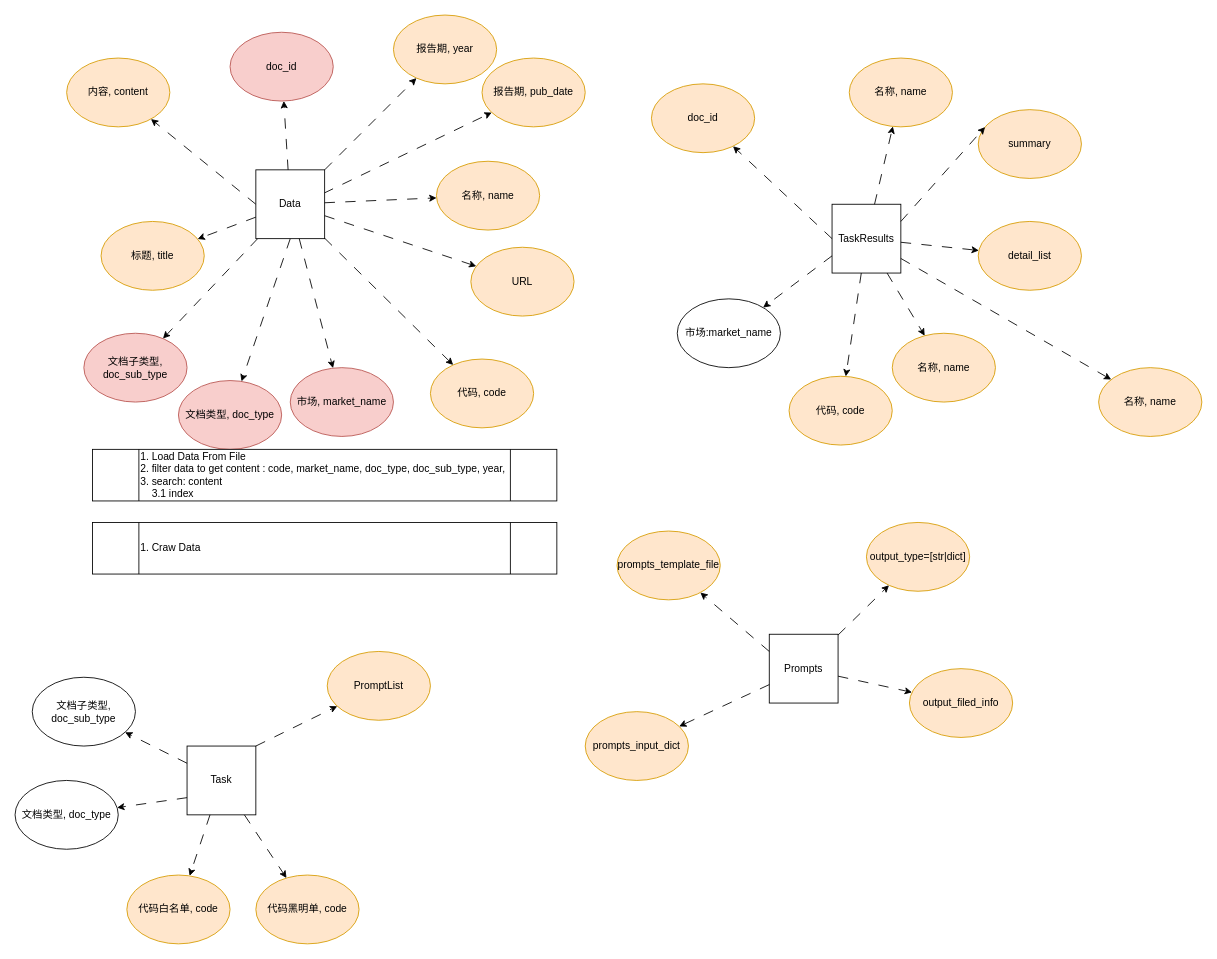
Above: page "entity" (2 of 5) of docs/alita_mini_demo.drawio in hellozhaojian/alita_demo (draw.io), before the change. Source tidied: cells renumbered, new cells numbered last; positions are measured from the earlier drawing's top-left corner, leaving out a move shared by most shapes. Both pictures are drawn from the tidied source at 86%, with x=0, y=0 at pixel (15, 15).
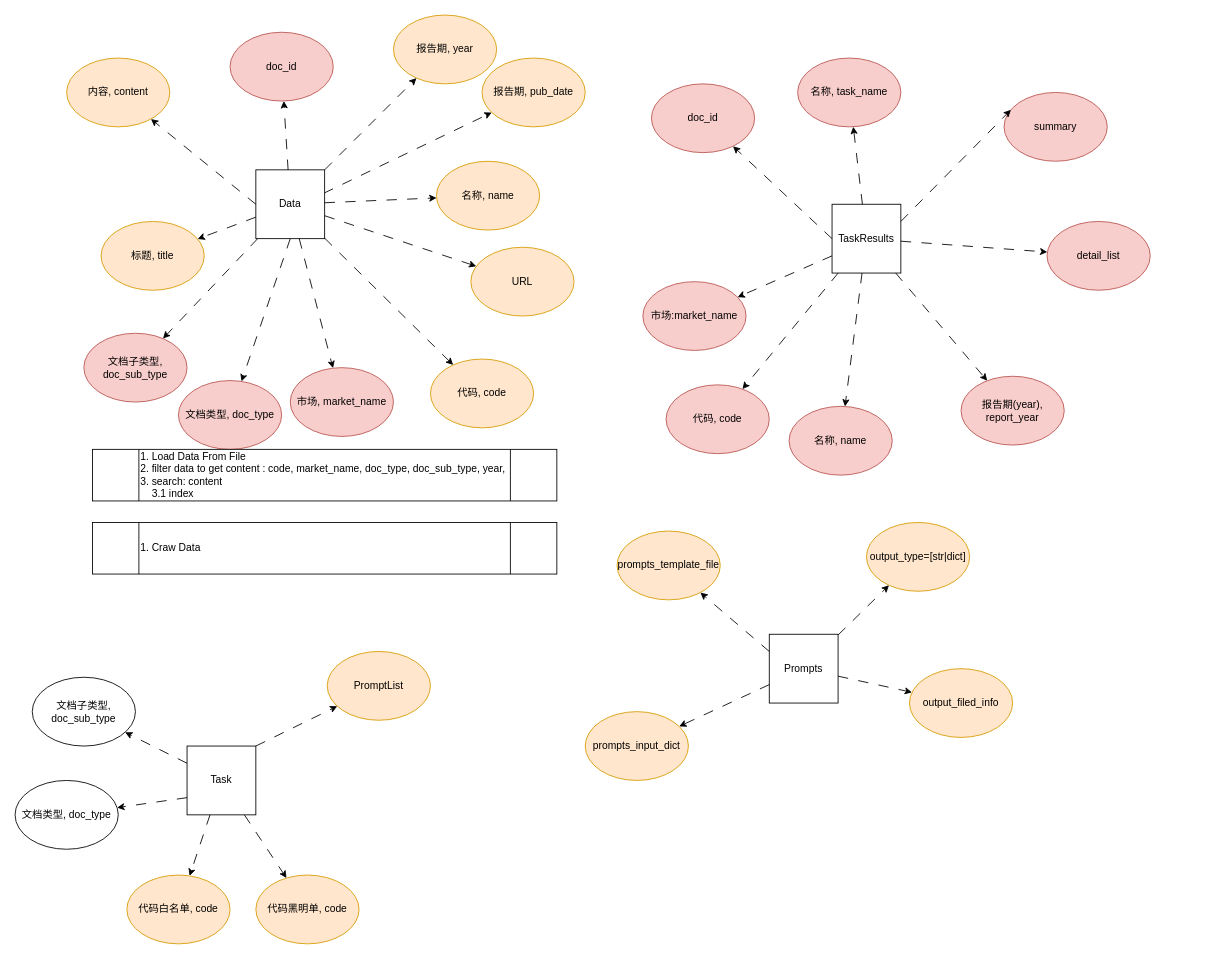
Above is the later version.

What changed in the source:
```diff
@@
-    <mxCell id="26" value="名称, name" style="ellipse;whiteSpace=wrap;html=1;fillColor=#ffe6cc;strokeColor=#d79b00;" parent="1" vertex="1">
-      <mxGeometry x="970" y="50" width="120" height="80" as="geometry" />
+    <mxCell id="26" value="名称, task_name" style="ellipse;whiteSpace=wrap;html=1;fillColor=#f8cecc;strokeColor=#b85450;" parent="1" vertex="1">
+      <mxGeometry x="910" y="50" width="120" height="80" as="geometry" />
     </mxCell>
@@
-    <mxCell id="28" value="doc_id" style="ellipse;whiteSpace=wrap;html=1;fillColor=#ffe6cc;strokeColor=#d79b00;" parent="1" vertex="1">
+    <mxCell id="28" value="doc_id" style="ellipse;whiteSpace=wrap;html=1;fillColor=#f8cecc;strokeColor=#b85450;" parent="1" vertex="1">
       <mxGeometry x="740" y="80" width="120" height="80" as="geometry" />
     </mxCell>
@@
-    <mxCell id="32" value="市场:market_name" style="ellipse;whiteSpace=wrap;html=1;" parent="1" vertex="1">
-      <mxGeometry x="770" y="330" width="120" height="80" as="geometry" />
+    <mxCell id="32" value="市场:market_name" style="ellipse;whiteSpace=wrap;html=1;fillColor=#f8cecc;strokeColor=#b85450;" parent="1" vertex="1">
+      <mxGeometry x="730" y="310" width="120" height="80" as="geometry" />
     </mxCell>
@@
-    <mxCell id="34" value="代码, code" style="ellipse;whiteSpace=wrap;html=1;fillColor=#ffe6cc;strokeColor=#d79b00;" parent="1" vertex="1">
-      <mxGeometry x="900" y="420" width="120" height="80" as="geometry" />
+    <mxCell id="34" value="代码, code" style="ellipse;whiteSpace=wrap;html=1;fillColor=#f8cecc;strokeColor=#b85450;" parent="1" vertex="1">
+      <mxGeometry x="757" y="430" width="120" height="80" as="geometry" />
     </mxCell>
-    <mxCell id="35" value="名称, name" style="ellipse;whiteSpace=wrap;html=1;fillColor=#ffe6cc;strokeColor=#d79b00;" parent="1" vertex="1">
-      <mxGeometry x="1020" y="370" width="120" height="80" as="geometry" />
+    <mxCell id="35" value="名称, name" style="ellipse;whiteSpace=wrap;html=1;fillColor=#f8cecc;strokeColor=#b85450;" parent="1" vertex="1">
+      <mxGeometry x="900" y="455" width="120" height="80" as="geometry" />
     </mxCell>
@@
-    <mxCell id="38" value="detail_list" style="ellipse;whiteSpace=wrap;html=1;fillColor=#ffe6cc;strokeColor=#d79b00;" parent="1" vertex="1">
-      <mxGeometry x="1120" y="240" width="120" height="80" as="geometry" />
+    <mxCell id="38" value="detail_list" style="ellipse;whiteSpace=wrap;html=1;fillColor=#f8cecc;strokeColor=#b85450;" parent="1" vertex="1">
+      <mxGeometry x="1200" y="240" width="120" height="80" as="geometry" />
     </mxCell>
@@
-    <mxCell id="40" value="summary" style="ellipse;whiteSpace=wrap;html=1;fillColor=#ffe6cc;strokeColor=#d79b00;" parent="1" vertex="1">
-      <mxGeometry x="1120" y="110" width="120" height="80" as="geometry" />
+    <mxCell id="40" value="summary" style="ellipse;whiteSpace=wrap;html=1;fillColor=#f8cecc;strokeColor=#b85450;" parent="1" vertex="1">
+      <mxGeometry x="1150" y="90" width="120" height="80" as="geometry" />
     </mxCell>
@@
-    <mxCell id="51" value="名称, name" style="ellipse;whiteSpace=wrap;html=1;fillColor=#ffe6cc;strokeColor=#d79b00;" parent="1" vertex="1">
-      <mxGeometry x="1260" y="410" width="120" height="80" as="geometry" />
+    <mxCell id="51" value="报告期(year), report_year" style="ellipse;whiteSpace=wrap;html=1;fillColor=#f8cecc;strokeColor=#b85450;" parent="1" vertex="1">
+      <mxGeometry x="1100" y="420" width="120" height="80" as="geometry" />
     </mxCell>
```
